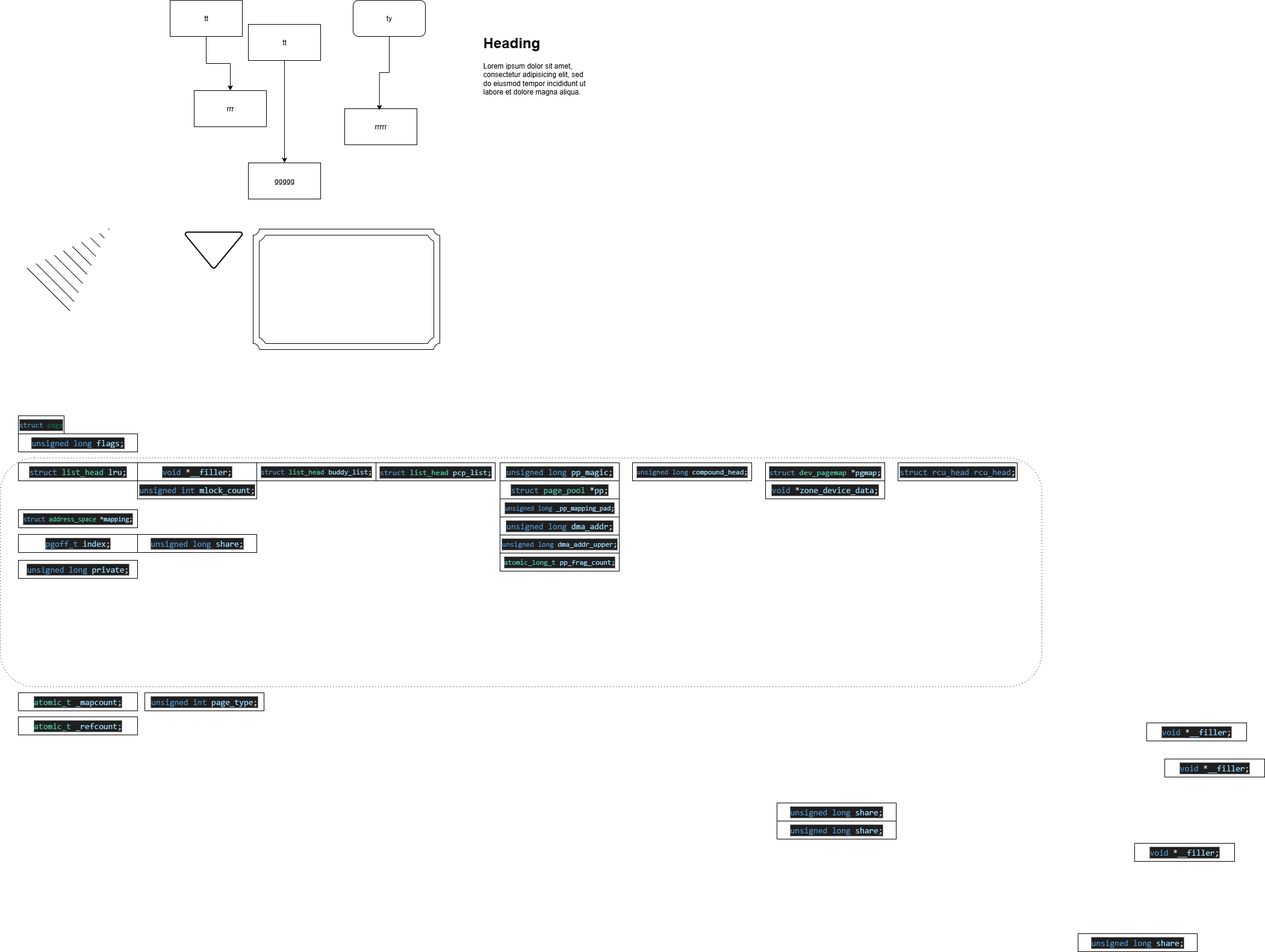
chen45464546/kernel_relative keeps this draw.io diagram as png.drawio.png. Above is the earlier version. Source tidied: cells renumbered, new cells last; positions are measured from the earlier drawing's top-left corner, leaving out a move shared by most shapes.
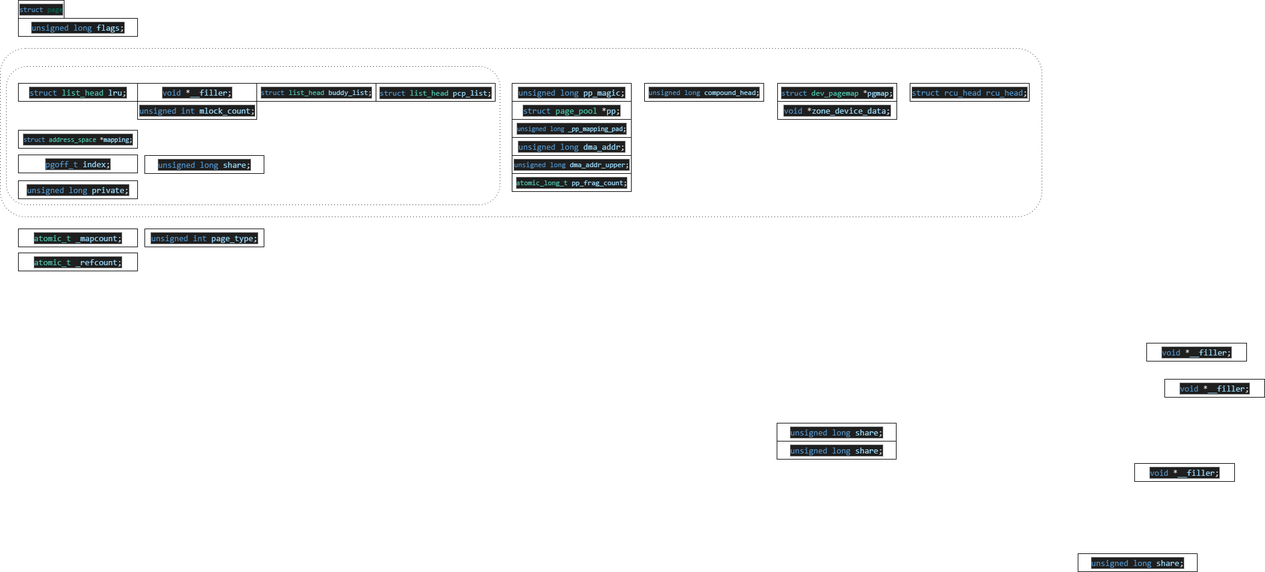
Above is the later version.

Diff of the diagram source:
```diff
@@ -5,46 +5,7 @@
     <mxCell id="2" style="rounded=1;whiteSpace=wrap;html=1;dashed=1;dashPattern=1 4;" parent="1" vertex="1">
-      <mxGeometry y="760" width="1730" height="380" as="geometry" />
+      <mxGeometry y="710" width="1730" height="280" as="geometry" />
     </mxCell>
-    <mxCell id="3" value="ggggg" style="rounded=0;whiteSpace=wrap;html=1;" parent="1" vertex="1">
-      <mxGeometry x="412" y="270" width="120" height="60" as="geometry" />
-    </mxCell>
-    <mxCell id="4" value="rrrrr" style="rounded=0;whiteSpace=wrap;html=1;" parent="1" vertex="1">
-      <mxGeometry x="572" y="180" width="120" height="60" as="geometry" />
-    </mxCell>
-    <mxCell id="5" value="rrr" style="rounded=0;whiteSpace=wrap;html=1;" parent="1" vertex="1">
-      <mxGeometry x="322" y="150" width="120" height="60" as="geometry" />
-    </mxCell>
-    <mxCell id="6" style="edgeStyle=orthogonalEdgeStyle;rounded=0;jettySize=auto;html=1;" parent="1" edge="1" source="7" target="3">
-      <mxGeometry relative="1" as="geometry" />
-    </mxCell>
-    <mxCell id="7" value="tt" style="rounded=0;whiteSpace=wrap;html=1;" parent="1" vertex="1">
-      <mxGeometry x="412" y="40" width="120" height="60" as="geometry" />
-    </mxCell>
-    <mxCell id="8" style="edgeStyle=orthogonalEdgeStyle;rounded=0;jettySize=auto;html=1;exitX=0.5;exitY=1;exitDx=0;exitDy=0;entryX=0.5;entryY=0;entryDx=0;entryDy=0;" parent="1" edge="1" source="9" target="5">
-      <mxGeometry relative="1" as="geometry" />
-    </mxCell>
-    <mxCell id="9" value="tt" style="rounded=0;whiteSpace=wrap;html=1;" parent="1" vertex="1">
-      <mxGeometry x="282" width="120" height="60" as="geometry" />
-    </mxCell>
-    <mxCell id="10" value="ty" style="rounded=1;whiteSpace=wrap;html=1;" parent="1" vertex="1">
-      <mxGeometry x="586" width="120" height="60" as="geometry" />
-    </mxCell>
-    <mxCell id="11" style="edgeStyle=orthogonalEdgeStyle;rounded=0;jettySize=auto;html=1;entryX=0.481;entryY=0.044;entryDx=0;entryDy=0;entryPerimeter=0;" parent="1" edge="1" source="10" target="4">
-      <mxGeometry relative="1" as="geometry" />
-    </mxCell>
-    <mxCell id="12" value="&lt;h1 style=&quot;margin-top: 0px;&quot;&gt;Heading&lt;/h1&gt;&lt;p&gt;Lorem ipsum dolor sit amet, consectetur adipisicing elit, sed do eiusmod tempor incididunt ut labore et dolore magna aliqua.&lt;/p&gt;" style="text;html=1;whiteSpace=wrap;overflow=hidden;rounded=0;" parent="1" vertex="1">
-      <mxGeometry x="800" y="50" width="180" height="120" as="geometry" />
-    </mxCell>
-    <mxCell id="13" style="verticalLabelPosition=bottom;verticalAlign=top;html=1;shape=mxgraph.basic.plaque_frame;dx=10;whiteSpace=wrap;" parent="1" vertex="1">
-      <mxGeometry x="420" y="380" width="310" height="200" as="geometry" />
-    </mxCell>
-    <mxCell id="14" style="shape=mxgraph.arrows2.wedgeArrowDashed2;html=1;startWidth=50;stepSize=15;rounded=0;" parent="1" edge="1">
-      <mxGeometry relative="1" as="geometry">
-        <mxPoint x="80" y="480" as="sourcePoint" />
-        <mxPoint x="180" y="380" as="targetPoint" />
-      </mxGeometry>
-    </mxCell>
-    <mxCell id="15" style="strokeWidth=2;html=1;shape=mxgraph.flowchart.merge_or_storage;whiteSpace=wrap;" parent="1" vertex="1">
-      <mxGeometry x="307" y="385" width="95" height="60" as="geometry" />
-    </mxCell>
+    <mxCell id="63" style="rounded=1;whiteSpace=wrap;html=1;dashed=1;dashPattern=1 4;" parent="1" vertex="1">
+      <mxGeometry x="10" y="740" width="820" height="230" as="geometry" />
+    </mxCell>
     <mxCell id="16" value="&lt;div style=&quot;color: rgb(204, 204, 204); background-color: rgb(31, 31, 31); font-family: Consolas, &amp;quot;Courier New&amp;quot;, monospace; font-size: 14px; line-height: 19px; white-space: pre;&quot;&gt;&lt;span style=&quot;color: #569cd6;&quot;&gt;struct&lt;/span&gt; &lt;span style=&quot;color: #4ec9b0;&quot;&gt;list_head&lt;/span&gt; &lt;span style=&quot;color: #9cdcfe;&quot;&gt;lru&lt;/span&gt;;&lt;/div&gt;" style="rounded=0;whiteSpace=wrap;html=1;" parent="1" vertex="1">
@@ -56,3 +17,3 @@
     <mxCell id="18" value="&lt;div style=&quot;color: rgb(204, 204, 204); background-color: rgb(31, 31, 31); font-family: Consolas, &amp;quot;Courier New&amp;quot;, monospace; font-size: 14px; line-height: 19px; white-space: pre;&quot;&gt;&lt;span style=&quot;background-color: rgb(27, 29, 30); color: rgb(86, 156, 214);&quot;&gt;unsigned&lt;/span&gt;&lt;span style=&quot;background-color: rgb(27, 29, 30);&quot;&gt; &lt;/span&gt;&lt;span style=&quot;background-color: rgb(27, 29, 30); color: rgb(86, 156, 214);&quot;&gt;long&lt;/span&gt;&lt;span style=&quot;background-color: rgb(27, 29, 30);&quot;&gt; &lt;/span&gt;&lt;span style=&quot;background-color: rgb(27, 29, 30); color: rgb(156, 220, 254);&quot;&gt;flags&lt;/span&gt;&lt;span style=&quot;background-color: rgb(27, 29, 30);&quot;&gt;;&lt;/span&gt;&lt;/div&gt;" style="rounded=0;whiteSpace=wrap;html=1;" parent="1" vertex="1">
-      <mxGeometry x="30" y="720" width="198" height="30" as="geometry" />
+      <mxGeometry x="30" y="660" width="198" height="30" as="geometry" />
     </mxCell>
@@ -74,3 +35,3 @@
     <mxCell id="24" value="&lt;div style=&quot;background-color: rgb(31, 31, 31); font-family: Consolas, &amp;quot;Courier New&amp;quot;, monospace; line-height: 19px; white-space: pre; color: rgb(204, 204, 204);&quot;&gt;&lt;div style=&quot;background-color: rgb(31, 31, 31); line-height: 19px; color: rgb(204, 204, 204);&quot;&gt;&lt;font style=&quot;&quot;&gt;&lt;span style=&quot;color: rgb(86, 156, 214);&quot;&gt;struct&lt;/span&gt;&lt;font color=&quot;rgba(0, 0, 0, 0)&quot;&gt; &lt;/font&gt;&lt;font color=&quot;#06705a&quot;&gt;page&lt;/font&gt;&lt;/font&gt;&lt;/div&gt;&lt;/div&gt;" style="rounded=0;whiteSpace=wrap;html=1;" parent="1" vertex="1">
-      <mxGeometry x="30" y="690" width="76" height="30" as="geometry" />
+      <mxGeometry x="30" y="630" width="76" height="30" as="geometry" />
     </mxCell>
@@ -83,3 +44,3 @@
     <mxCell id="27" value="&lt;div style=&quot;color: rgb(204, 204, 204); background-color: rgb(31, 31, 31); font-family: Consolas, &amp;quot;Courier New&amp;quot;, monospace; line-height: 19px; white-space: pre;&quot;&gt;&lt;div style=&quot;color: rgb(204, 204, 204); background-color: rgb(31, 31, 31); line-height: 19px;&quot;&gt;&lt;div style=&quot;color: rgb(204, 204, 204); background-color: rgb(31, 31, 31); font-size: 14px; line-height: 19px;&quot;&gt;&lt;span style=&quot;color: #569cd6;&quot;&gt;unsigned&lt;/span&gt; &lt;span style=&quot;color: #569cd6;&quot;&gt;long&lt;/span&gt; &lt;span style=&quot;color: #9cdcfe;&quot;&gt;share&lt;/span&gt;;&lt;/div&gt;&lt;/div&gt;&lt;/div&gt;" style="rounded=0;whiteSpace=wrap;html=1;" parent="1" vertex="1">
-      <mxGeometry x="228" y="887" width="198" height="30" as="geometry" />
+      <mxGeometry x="240" y="888" width="198" height="30" as="geometry" />
     </mxCell>
@@ -131,18 +92,18 @@
     <mxCell id="43" value="&lt;div style=&quot;color: rgb(204, 204, 204); background-color: rgb(31, 31, 31); font-family: Consolas, &amp;quot;Courier New&amp;quot;, monospace; line-height: 19px; white-space: pre;&quot;&gt;&lt;div style=&quot;color: rgb(204, 204, 204); background-color: rgb(31, 31, 31); line-height: 19px;&quot;&gt;&lt;div style=&quot;color: rgb(204, 204, 204); background-color: rgb(31, 31, 31); line-height: 19px;&quot;&gt;&lt;div style=&quot;color: rgb(204, 204, 204); background-color: rgb(31, 31, 31); line-height: 19px;&quot;&gt;&lt;font&gt;&lt;span style=&quot;color: rgb(78, 201, 176);&quot;&gt;atomic_long_t&lt;/span&gt; &lt;span style=&quot;color: rgb(156, 220, 254);&quot;&gt;pp_frag_count&lt;/span&gt;;&lt;/font&gt;&lt;/div&gt;&lt;/div&gt;&lt;/div&gt;&lt;/div&gt;" style="rounded=0;whiteSpace=wrap;html=1;" parent="1" vertex="1">
-      <mxGeometry x="830" y="918" width="198" height="30" as="geometry" />
+      <mxGeometry x="850" y="918" width="198" height="30" as="geometry" />
     </mxCell>
     <mxCell id="44" value="&lt;div style=&quot;color: rgb(204, 204, 204); background-color: rgb(31, 31, 31); font-family: Consolas, &amp;quot;Courier New&amp;quot;, monospace; line-height: 19px; white-space: pre;&quot;&gt;&lt;div style=&quot;color: rgb(204, 204, 204); background-color: rgb(31, 31, 31); line-height: 19px;&quot;&gt;&lt;div style=&quot;color: rgb(204, 204, 204); background-color: rgb(31, 31, 31); line-height: 19px;&quot;&gt;&lt;div style=&quot;color: rgb(204, 204, 204); background-color: rgb(31, 31, 31); line-height: 19px;&quot;&gt;&lt;font&gt;&lt;span style=&quot;color: rgb(86, 156, 214);&quot;&gt;unsigned&lt;/span&gt; &lt;span style=&quot;color: rgb(86, 156, 214);&quot;&gt;long&lt;/span&gt; &lt;span style=&quot;color: rgb(156, 220, 254);&quot;&gt;dma_addr_upper&lt;/span&gt;;&lt;/font&gt;&lt;/div&gt;&lt;/div&gt;&lt;/div&gt;&lt;/div&gt;" style="rounded=0;whiteSpace=wrap;html=1;" parent="1" vertex="1">
-      <mxGeometry x="830" y="888" width="198" height="30" as="geometry" />
+      <mxGeometry x="850" y="888" width="198" height="30" as="geometry" />
     </mxCell>
     <mxCell id="45" value="&lt;div style=&quot;color: rgb(204, 204, 204); background-color: rgb(31, 31, 31); font-family: Consolas, &amp;quot;Courier New&amp;quot;, monospace; line-height: 19px; white-space: pre;&quot;&gt;&lt;div style=&quot;color: rgb(204, 204, 204); background-color: rgb(31, 31, 31); line-height: 19px;&quot;&gt;&lt;div style=&quot;color: rgb(204, 204, 204); background-color: rgb(31, 31, 31); font-size: 14px; line-height: 19px;&quot;&gt;&lt;div style=&quot;color: rgb(204, 204, 204); background-color: rgb(31, 31, 31); line-height: 19px;&quot;&gt;&lt;span style=&quot;color: #569cd6;&quot;&gt;unsigned&lt;/span&gt; &lt;span style=&quot;color: #569cd6;&quot;&gt;long&lt;/span&gt; &lt;span style=&quot;color: #9cdcfe;&quot;&gt;dma_addr&lt;/span&gt;;&lt;/div&gt;&lt;/div&gt;&lt;/div&gt;&lt;/div&gt;" style="rounded=0;whiteSpace=wrap;html=1;" parent="1" vertex="1">
-      <mxGeometry x="830" y="858" width="198" height="30" as="geometry" />
+      <mxGeometry x="850" y="858" width="198" height="30" as="geometry" />
     </mxCell>
     <mxCell id="46" value="&lt;div style=&quot;color: rgb(204, 204, 204); background-color: rgb(31, 31, 31); font-family: Consolas, &amp;quot;Courier New&amp;quot;, monospace; line-height: 19px; white-space: pre;&quot;&gt;&lt;div style=&quot;color: rgb(204, 204, 204); background-color: rgb(31, 31, 31); line-height: 19px;&quot;&gt;&lt;div style=&quot;color: rgb(204, 204, 204); background-color: rgb(31, 31, 31); line-height: 19px;&quot;&gt;&lt;div style=&quot;color: rgb(204, 204, 204); background-color: rgb(31, 31, 31); line-height: 19px;&quot;&gt;&lt;font style=&quot;font-size: 11px;&quot;&gt;&lt;span style=&quot;color: rgb(86, 156, 214);&quot;&gt;unsigned&lt;/span&gt; &lt;span style=&quot;color: rgb(86, 156, 214);&quot;&gt;long&lt;/span&gt; &lt;span style=&quot;color: rgb(156, 220, 254);&quot;&gt;_pp_mapping_pad&lt;/span&gt;;&lt;/font&gt;&lt;/div&gt;&lt;/div&gt;&lt;/div&gt;&lt;/div&gt;" style="rounded=0;whiteSpace=wrap;html=1;" parent="1" vertex="1">
-      <mxGeometry x="830" y="828" width="198" height="30" as="geometry" />
+      <mxGeometry x="850" y="828" width="198" height="30" as="geometry" />
     </mxCell>
     <mxCell id="47" value="&lt;div style=&quot;color: rgb(204, 204, 204); background-color: rgb(31, 31, 31); font-family: Consolas, &amp;quot;Courier New&amp;quot;, monospace; line-height: 19px; white-space: pre;&quot;&gt;&lt;div style=&quot;color: rgb(204, 204, 204); background-color: rgb(31, 31, 31); line-height: 19px;&quot;&gt;&lt;div style=&quot;color: rgb(204, 204, 204); background-color: rgb(31, 31, 31); font-size: 14px; line-height: 19px;&quot;&gt;&lt;div style=&quot;color: rgb(204, 204, 204); background-color: rgb(31, 31, 31); line-height: 19px;&quot;&gt;&lt;span style=&quot;color: #569cd6;&quot;&gt;struct&lt;/span&gt; &lt;span style=&quot;color: #4ec9b0;&quot;&gt;page_pool&lt;/span&gt; &lt;span style=&quot;color: #d4d4d4;&quot;&gt;*&lt;/span&gt;&lt;span style=&quot;color: #9cdcfe;&quot;&gt;pp&lt;/span&gt;;&lt;/div&gt;&lt;/div&gt;&lt;/div&gt;&lt;/div&gt;" style="rounded=0;whiteSpace=wrap;html=1;" parent="1" vertex="1">
-      <mxGeometry x="830" y="798" width="198" height="30" as="geometry" />
+      <mxGeometry x="850" y="798" width="198" height="30" as="geometry" />
     </mxCell>
     <mxCell id="48" value="&lt;div style=&quot;color: rgb(204, 204, 204); background-color: rgb(31, 31, 31); font-family: Consolas, &amp;quot;Courier New&amp;quot;, monospace; line-height: 19px; white-space: pre;&quot;&gt;&lt;div style=&quot;color: rgb(204, 204, 204); background-color: rgb(31, 31, 31); line-height: 19px;&quot;&gt;&lt;div style=&quot;color: rgb(204, 204, 204); background-color: rgb(31, 31, 31); font-size: 14px; line-height: 19px;&quot;&gt;&lt;span style=&quot;text-align: left; color: rgb(86, 156, 214);&quot;&gt;unsigned&lt;/span&gt;&lt;span style=&quot;color: rgb(204, 204, 204); text-align: left;&quot;&gt; &lt;/span&gt;&lt;span style=&quot;text-align: left; color: rgb(86, 156, 214);&quot;&gt;long&lt;/span&gt;&lt;span style=&quot;color: rgb(204, 204, 204); text-align: left;&quot;&gt; &lt;/span&gt;&lt;span style=&quot;text-align: left; color: rgb(156, 220, 254);&quot;&gt;pp_magic&lt;/span&gt;&lt;span style=&quot;color: rgb(204, 204, 204); text-align: left;&quot;&gt;;&lt;/span&gt;&lt;/div&gt;&lt;/div&gt;&lt;/div&gt;" style="rounded=0;whiteSpace=wrap;html=1;" parent="1" vertex="1">
-      <mxGeometry x="830" y="768" width="198" height="30" as="geometry" />
+      <mxGeometry x="850" y="768" width="198" height="30" as="geometry" />
     </mxCell>
@@ -167,21 +128,21 @@
     <mxCell id="55" value="&lt;div style=&quot;color: rgb(204, 204, 204); background-color: rgb(31, 31, 31); font-family: Consolas, &amp;quot;Courier New&amp;quot;, monospace; line-height: 19px; white-space: pre;&quot;&gt;&lt;div style=&quot;color: rgb(204, 204, 204); background-color: rgb(31, 31, 31); line-height: 19px;&quot;&gt;&lt;div style=&quot;color: rgb(204, 204, 204); background-color: rgb(31, 31, 31); font-size: 14px; line-height: 19px;&quot;&gt;&lt;div style=&quot;color: rgb(204, 204, 204); background-color: rgb(31, 31, 31); line-height: 19px;&quot;&gt;&lt;span style=&quot;color: #4ec9b0;&quot;&gt;atomic_t&lt;/span&gt; &lt;span style=&quot;color: #9cdcfe;&quot;&gt;_refcount&lt;/span&gt;;&lt;/div&gt;&lt;/div&gt;&lt;/div&gt;&lt;/div&gt;" style="rounded=0;whiteSpace=wrap;html=1;" parent="1" vertex="1">
-      <mxGeometry x="30" y="1190" width="198" height="30" as="geometry" />
+      <mxGeometry x="30" y="1050" width="198" height="30" as="geometry" />
     </mxCell>
     <mxCell id="56" value="&lt;div style=&quot;color: rgb(204, 204, 204); background-color: rgb(31, 31, 31); font-family: Consolas, &amp;quot;Courier New&amp;quot;, monospace; line-height: 19px; white-space: pre;&quot;&gt;&lt;div style=&quot;color: rgb(204, 204, 204); background-color: rgb(31, 31, 31); line-height: 19px;&quot;&gt;&lt;div style=&quot;color: rgb(204, 204, 204); background-color: rgb(31, 31, 31); font-size: 14px; line-height: 19px;&quot;&gt;&lt;div style=&quot;color: rgb(204, 204, 204); background-color: rgb(31, 31, 31); line-height: 19px;&quot;&gt;&lt;span style=&quot;color: #569cd6;&quot;&gt;unsigned&lt;/span&gt; &lt;span style=&quot;color: #569cd6;&quot;&gt;int&lt;/span&gt; &lt;span style=&quot;color: #9cdcfe;&quot;&gt;page_type&lt;/span&gt;;&lt;/div&gt;&lt;/div&gt;&lt;/div&gt;&lt;/div&gt;" style="rounded=0;whiteSpace=wrap;html=1;" parent="1" vertex="1">
-      <mxGeometry x="240" y="1150" width="198" height="30" as="geometry" />
+      <mxGeometry x="240" y="1010" width="198" height="30" as="geometry" />
     </mxCell>
     <mxCell id="57" value="&lt;div style=&quot;color: rgb(204, 204, 204); background-color: rgb(31, 31, 31); font-family: Consolas, &amp;quot;Courier New&amp;quot;, monospace; line-height: 19px; white-space: pre;&quot;&gt;&lt;div style=&quot;color: rgb(204, 204, 204); background-color: rgb(31, 31, 31); line-height: 19px;&quot;&gt;&lt;div style=&quot;color: rgb(204, 204, 204); background-color: rgb(31, 31, 31); font-size: 14px; line-height: 19px;&quot;&gt;&lt;div style=&quot;color: rgb(204, 204, 204); background-color: rgb(31, 31, 31); line-height: 19px;&quot;&gt;&lt;span style=&quot;color: #4ec9b0;&quot;&gt;atomic_t&lt;/span&gt; &lt;span style=&quot;color: #9cdcfe;&quot;&gt;_mapcount&lt;/span&gt;;&lt;/div&gt;&lt;/div&gt;&lt;/div&gt;&lt;/div&gt;" style="rounded=0;whiteSpace=wrap;html=1;" parent="1" vertex="1">
-      <mxGeometry x="30" y="1150" width="198" height="30" as="geometry" />
+      <mxGeometry x="30" y="1010" width="198" height="30" as="geometry" />
     </mxCell>
     <mxCell id="58" value="&lt;div style=&quot;color: rgb(204, 204, 204); background-color: rgb(31, 31, 31); font-family: Consolas, &amp;quot;Courier New&amp;quot;, monospace; line-height: 19px; white-space: pre;&quot;&gt;&lt;div style=&quot;color: rgb(204, 204, 204); background-color: rgb(31, 31, 31); line-height: 19px;&quot;&gt;&lt;div style=&quot;color: rgb(204, 204, 204); background-color: rgb(31, 31, 31); font-size: 14px; line-height: 19px;&quot;&gt;&lt;div style=&quot;color: rgb(204, 204, 204); background-color: rgb(31, 31, 31); line-height: 19px;&quot;&gt;&lt;span style=&quot;color: #569cd6;&quot;&gt;struct&lt;/span&gt; &lt;span style=&quot;color: #569cd6;&quot;&gt;rcu_head&lt;/span&gt; &lt;span style=&quot;color: #569cd6;&quot;&gt;rcu_head&lt;/span&gt;;&lt;/div&gt;&lt;/div&gt;&lt;/div&gt;&lt;/div&gt;" style="rounded=0;whiteSpace=wrap;html=1;" parent="1" vertex="1">
-      <mxGeometry x="1491" y="768" width="198" height="30" as="geometry" />
+      <mxGeometry x="1511" y="768" width="198" height="30" as="geometry" />
     </mxCell>
     <mxCell id="59" value="&lt;div style=&quot;color: rgb(204, 204, 204); background-color: rgb(31, 31, 31); font-family: Consolas, &amp;quot;Courier New&amp;quot;, monospace; line-height: 19px; white-space: pre;&quot;&gt;&lt;div style=&quot;color: rgb(204, 204, 204); background-color: rgb(31, 31, 31); line-height: 19px;&quot;&gt;&lt;div style=&quot;color: rgb(204, 204, 204); background-color: rgb(31, 31, 31); font-size: 14px; line-height: 19px;&quot;&gt;&lt;div style=&quot;color: rgb(204, 204, 204); background-color: rgb(31, 31, 31); line-height: 19px;&quot;&gt;&lt;span style=&quot;color: #569cd6;&quot;&gt;void&lt;/span&gt; &lt;span style=&quot;color: #d4d4d4;&quot;&gt;*&lt;/span&gt;&lt;span style=&quot;color: #9cdcfe;&quot;&gt;zone_device_data&lt;/span&gt;;&lt;/div&gt;&lt;/div&gt;&lt;/div&gt;&lt;/div&gt;" style="rounded=0;whiteSpace=wrap;html=1;" parent="1" vertex="1">
-      <mxGeometry x="1271" y="798" width="198" height="30" as="geometry" />
+      <mxGeometry x="1291" y="798" width="198" height="30" as="geometry" />
     </mxCell>
     <mxCell id="60" value="&lt;div style=&quot;color: rgb(204, 204, 204); background-color: rgb(31, 31, 31); font-family: Consolas, &amp;quot;Courier New&amp;quot;, monospace; line-height: 19px; white-space: pre;&quot;&gt;&lt;div style=&quot;color: rgb(204, 204, 204); background-color: rgb(31, 31, 31); line-height: 19px;&quot;&gt;&lt;div style=&quot;color: rgb(204, 204, 204); background-color: rgb(31, 31, 31); line-height: 19px;&quot;&gt;&lt;div style=&quot;color: rgb(204, 204, 204); background-color: rgb(31, 31, 31); line-height: 19px;&quot;&gt;&lt;font style=&quot;font-size: 13px;&quot;&gt;&lt;span style=&quot;color: rgb(86, 156, 214);&quot;&gt;struct&lt;/span&gt; &lt;span style=&quot;color: rgb(78, 201, 176);&quot;&gt;dev_pagemap&lt;/span&gt; &lt;span style=&quot;color: rgb(212, 212, 212);&quot;&gt;*&lt;/span&gt;&lt;span style=&quot;color: rgb(156, 220, 254);&quot;&gt;pgmap&lt;/span&gt;;&lt;/font&gt;&lt;/div&gt;&lt;/div&gt;&lt;/div&gt;&lt;/div&gt;" style="rounded=0;whiteSpace=wrap;html=1;" parent="1" vertex="1">
-      <mxGeometry x="1271" y="768" width="198" height="30" as="geometry" />
+      <mxGeometry x="1291" y="768" width="198" height="30" as="geometry" />
     </mxCell>
     <mxCell id="61" value="&lt;div style=&quot;color: rgb(204, 204, 204); background-color: rgb(31, 31, 31); font-family: Consolas, &amp;quot;Courier New&amp;quot;, monospace; line-height: 19px; white-space: pre;&quot;&gt;&lt;div style=&quot;color: rgb(204, 204, 204); background-color: rgb(31, 31, 31); line-height: 19px;&quot;&gt;&lt;div style=&quot;color: rgb(204, 204, 204); background-color: rgb(31, 31, 31); line-height: 19px;&quot;&gt;&lt;div style=&quot;color: rgb(204, 204, 204); background-color: rgb(31, 31, 31); line-height: 19px;&quot;&gt;&lt;font&gt;&lt;span style=&quot;color: rgb(86, 156, 214);&quot;&gt;unsigned&lt;/span&gt; &lt;span style=&quot;color: rgb(86, 156, 214);&quot;&gt;long&lt;/span&gt; &lt;span style=&quot;color: rgb(156, 220, 254);&quot;&gt;compound_head&lt;/span&gt;;&lt;/font&gt;&lt;/div&gt;&lt;/div&gt;&lt;/div&gt;&lt;/div&gt;" style="rounded=0;whiteSpace=wrap;html=1;" parent="1" vertex="1">
-      <mxGeometry x="1050" y="768" width="198" height="30" as="geometry" />
+      <mxGeometry x="1070" y="768" width="198" height="30" as="geometry" />
     </mxCell>
```
